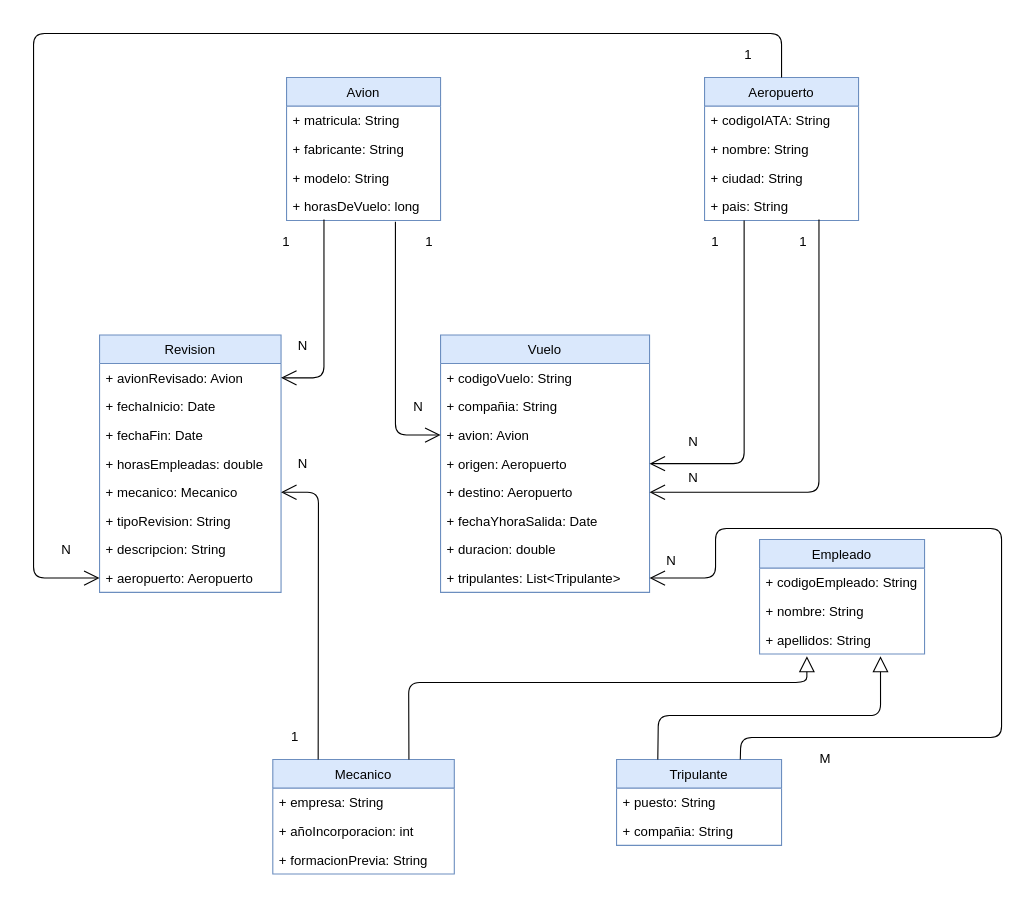
This is doc/img/diagram.drawio from david-rojo/cloudApps-relational-persistence, a draw.io file, before an edit. Source tidied: cells renumbered, new cells numbered last; positions are measured from the earlier drawing's top-left corner, leaving out a move shared by most shapes. Both pictures are drawn from the tidied source at 110%, with x=0, y=0 at pixel (33, 33).
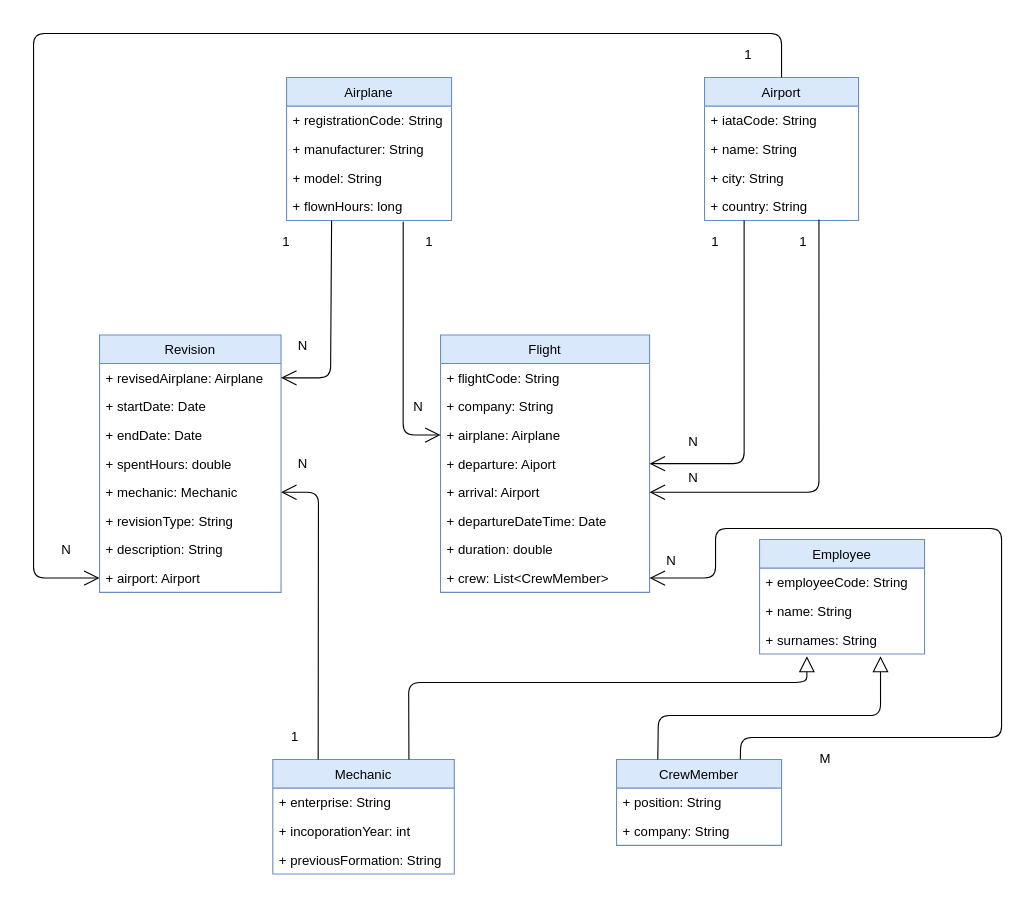
The same page after the edit.

Commit message (it also covers changes not shown here):
diagram translated to english

Unchanged cells that the change refers to:
```xml
<mxCell id="28" value="Revision" style="swimlane;fontStyle=0;horizontal=1;startSize=26;fillColor=#dae8fc;strokeColor=#6c8ebf;" parent="1" vertex="1">
  <mxGeometry x="60" y="274" width="165" height="234" as="geometry" />
</mxCell>
```

Change to the diagram source:
```diff
@@
-    <mxCell id="2" value="Avion" style="swimlane;fontStyle=0;horizontal=1;startSize=26;fillColor=#dae8fc;strokeColor=#6c8ebf;" parent="1" vertex="1">
-      <mxGeometry x="230" y="40" width="140" height="130" as="geometry" />
+    <mxCell id="2" value="Airplane" style="swimlane;fontStyle=0;horizontal=1;startSize=26;fillColor=#dae8fc;strokeColor=#6c8ebf;" parent="1" vertex="1">
+      <mxGeometry x="230" y="40" width="150" height="130" as="geometry" />
     </mxCell>
-    <mxCell id="3" value="+ matricula: String" style="text;strokeColor=none;fillColor=none;align=left;verticalAlign=top;spacingLeft=4;spacingRight=4;overflow=hidden;" parent="2" vertex="1">
-      <mxGeometry y="26" width="140" height="26" as="geometry" />
+    <mxCell id="3" value="+ registrationCode: String" style="text;strokeColor=none;fillColor=none;align=left;verticalAlign=top;spacingLeft=4;spacingRight=4;overflow=hidden;" parent="2" vertex="1">
+      <mxGeometry y="26" width="150" height="26" as="geometry" />
     </mxCell>
-    <mxCell id="4" value="+ fabricante: String" style="text;strokeColor=none;fillColor=none;align=left;verticalAlign=top;spacingLeft=4;spacingRight=4;overflow=hidden;" parent="2" vertex="1">
-      <mxGeometry y="52" width="140" height="26" as="geometry" />
+    <mxCell id="4" value="+ manufacturer: String" style="text;strokeColor=none;fillColor=none;align=left;verticalAlign=top;spacingLeft=4;spacingRight=4;overflow=hidden;" parent="2" vertex="1">
+      <mxGeometry y="52" width="150" height="26" as="geometry" />
     </mxCell>
-    <mxCell id="5" value="+ modelo: String" style="text;strokeColor=none;fillColor=none;align=left;verticalAlign=top;spacingLeft=4;spacingRight=4;overflow=hidden;" parent="2" vertex="1">
-      <mxGeometry y="78" width="140" height="26" as="geometry" />
+    <mxCell id="5" value="+ model: String" style="text;strokeColor=none;fillColor=none;align=left;verticalAlign=top;spacingLeft=4;spacingRight=4;overflow=hidden;" parent="2" vertex="1">
+      <mxGeometry y="78" width="150" height="26" as="geometry" />
     </mxCell>
-    <mxCell id="6" value="+ horasDeVuelo: long" style="text;strokeColor=none;fillColor=none;align=left;verticalAlign=top;spacingLeft=4;spacingRight=4;overflow=hidden;points=[[0,0.5],[1,0.5]];portConstraint=eastwest;" parent="2" vertex="1">
-      <mxGeometry y="104" width="140" height="26" as="geometry" />
+    <mxCell id="6" value="+ flownHours: long" style="text;strokeColor=none;fillColor=none;align=left;verticalAlign=top;spacingLeft=4;spacingRight=4;overflow=hidden;points=[[0,0.5],[1,0.5]];portConstraint=eastwest;" parent="2" vertex="1">
+      <mxGeometry y="104" width="150" height="26" as="geometry" />
     </mxCell>
-    <mxCell id="7" value="Aeropuerto" style="swimlane;fontStyle=0;horizontal=1;startSize=26;fillColor=#dae8fc;strokeColor=#6c8ebf;" parent="1" vertex="1">
+    <mxCell id="7" value="Airport" style="swimlane;fontStyle=0;horizontal=1;startSize=26;fillColor=#dae8fc;strokeColor=#6c8ebf;" parent="1" vertex="1">
       <mxGeometry x="610" y="40" width="140" height="130" as="geometry" />
     </mxCell>
-    <mxCell id="8" value="+ codigoIATA: String" style="text;strokeColor=none;fillColor=none;align=left;verticalAlign=top;spacingLeft=4;spacingRight=4;overflow=hidden;" parent="7" vertex="1">
+    <mxCell id="8" value="+ iataCode: String" style="text;strokeColor=none;fillColor=none;align=left;verticalAlign=top;spacingLeft=4;spacingRight=4;overflow=hidden;" parent="7" vertex="1">
       <mxGeometry y="26" width="140" height="26" as="geometry" />
     </mxCell>
-    <mxCell id="9" value="+ nombre: String" style="text;strokeColor=none;fillColor=none;align=left;verticalAlign=top;spacingLeft=4;spacingRight=4;overflow=hidden;" parent="7" vertex="1">
+    <mxCell id="9" value="+ name: String" style="text;strokeColor=none;fillColor=none;align=left;verticalAlign=top;spacingLeft=4;spacingRight=4;overflow=hidden;" parent="7" vertex="1">
       <mxGeometry y="52" width="140" height="26" as="geometry" />
     </mxCell>
-    <mxCell id="10" value="+ ciudad: String" style="text;strokeColor=none;fillColor=none;align=left;verticalAlign=top;spacingLeft=4;spacingRight=4;overflow=hidden;" parent="7" vertex="1">
+    <mxCell id="10" value="+ city: String" style="text;strokeColor=none;fillColor=none;align=left;verticalAlign=top;spacingLeft=4;spacingRight=4;overflow=hidden;" parent="7" vertex="1">
       <mxGeometry y="78" width="140" height="26" as="geometry" />
     </mxCell>
-    <mxCell id="11" value="+ pais: String" style="text;strokeColor=none;fillColor=none;align=left;verticalAlign=top;spacingLeft=4;spacingRight=4;overflow=hidden;points=[[0,0.5],[1,0.5]];portConstraint=eastwest;" parent="7" vertex="1">
+    <mxCell id="11" value="+ country: String" style="text;strokeColor=none;fillColor=none;align=left;verticalAlign=top;spacingLeft=4;spacingRight=4;overflow=hidden;points=[[0,0.5],[1,0.5]];portConstraint=eastwest;" parent="7" vertex="1">
       <mxGeometry y="104" width="140" height="26" as="geometry" />
     </mxCell>
-    <mxCell id="12" value="Tripulante" style="swimlane;fontStyle=0;horizontal=1;startSize=26;fillColor=#dae8fc;strokeColor=#6c8ebf;" parent="1" vertex="1">
+    <mxCell id="12" value="CrewMember" style="swimlane;fontStyle=0;horizontal=1;startSize=26;fillColor=#dae8fc;strokeColor=#6c8ebf;" parent="1" vertex="1">
       <mxGeometry x="530" y="660" width="150" height="78" as="geometry" />
     </mxCell>
-    <mxCell id="13" value="+ puesto: String" style="text;strokeColor=none;fillColor=none;align=left;verticalAlign=top;spacingLeft=4;spacingRight=4;overflow=hidden;" parent="12" vertex="1">
+    <mxCell id="13" value="+ position: String" style="text;strokeColor=none;fillColor=none;align=left;verticalAlign=top;spacingLeft=4;spacingRight=4;overflow=hidden;" parent="12" vertex="1">
       <mxGeometry y="26" width="150" height="26" as="geometry" />
     </mxCell>
-    <mxCell id="14" value="+ compañia: String" style="text;strokeColor=none;fillColor=none;align=left;verticalAlign=top;spacingLeft=4;spacingRight=4;overflow=hidden;" parent="12" vertex="1">
+    <mxCell id="14" value="+ company: String" style="text;strokeColor=none;fillColor=none;align=left;verticalAlign=top;spacingLeft=4;spacingRight=4;overflow=hidden;" parent="12" vertex="1">
       <mxGeometry y="52" width="150" height="26" as="geometry" />
     </mxCell>
-    <mxCell id="15" value="Vuelo" style="swimlane;fontStyle=0;horizontal=1;startSize=26;fillColor=#dae8fc;strokeColor=#6c8ebf;" parent="1" vertex="1">
+    <mxCell id="15" value="Flight" style="swimlane;fontStyle=0;horizontal=1;startSize=26;fillColor=#dae8fc;strokeColor=#6c8ebf;" parent="1" vertex="1">
       <mxGeometry x="370" y="274" width="190" height="234" as="geometry" />
     </mxCell>
-    <mxCell id="16" value="+ codigoVuelo: String" style="text;strokeColor=none;fillColor=none;align=left;verticalAlign=top;spacingLeft=4;spacingRight=4;overflow=hidden;" parent="15" vertex="1">
+    <mxCell id="16" value="+ flightCode: String" style="text;strokeColor=none;fillColor=none;align=left;verticalAlign=top;spacingLeft=4;spacingRight=4;overflow=hidden;" parent="15" vertex="1">
       <mxGeometry y="26" width="190" height="26" as="geometry" />
     </mxCell>
-    <mxCell id="17" value="+ compañia: String" style="text;strokeColor=none;fillColor=none;align=left;verticalAlign=top;spacingLeft=4;spacingRight=4;overflow=hidden;" parent="15" vertex="1">
+    <mxCell id="17" value="+ company: String" style="text;strokeColor=none;fillColor=none;align=left;verticalAlign=top;spacingLeft=4;spacingRight=4;overflow=hidden;" parent="15" vertex="1">
       <mxGeometry y="52" width="190" height="26" as="geometry" />
     </mxCell>
-    <mxCell id="18" value="+ avion: Avion" style="text;strokeColor=none;fillColor=none;align=left;verticalAlign=top;spacingLeft=4;spacingRight=4;overflow=hidden;points=[[0,0.5],[1,0.5]];portConstraint=eastwest;" parent="15" vertex="1">
+    <mxCell id="18" value="+ airplane: Airplane" style="text;strokeColor=none;fillColor=none;align=left;verticalAlign=top;spacingLeft=4;spacingRight=4;overflow=hidden;points=[[0,0.5],[1,0.5]];portConstraint=eastwest;" parent="15" vertex="1">
       <mxGeometry y="78" width="190" height="26" as="geometry" />
     </mxCell>
-    <mxCell id="19" value="+ origen: Aeropuerto" style="text;strokeColor=none;fillColor=none;align=left;verticalAlign=top;spacingLeft=4;spacingRight=4;overflow=hidden;points=[[0,0.5],[1,0.5]];portConstraint=eastwest;" parent="15" vertex="1">
+    <mxCell id="19" value="+ departure: Aiport" style="text;strokeColor=none;fillColor=none;align=left;verticalAlign=top;spacingLeft=4;spacingRight=4;overflow=hidden;points=[[0,0.5],[1,0.5]];portConstraint=eastwest;" parent="15" vertex="1">
       <mxGeometry y="104" width="190" height="26" as="geometry" />
     </mxCell>
-    <mxCell id="20" value="+ destino: Aeropuerto" style="text;strokeColor=none;fillColor=none;align=left;verticalAlign=top;spacingLeft=4;spacingRight=4;overflow=hidden;points=[[0,0.5],[1,0.5]];portConstraint=eastwest;" parent="15" vertex="1">
+    <mxCell id="20" value="+ arrival: Airport" style="text;strokeColor=none;fillColor=none;align=left;verticalAlign=top;spacingLeft=4;spacingRight=4;overflow=hidden;points=[[0,0.5],[1,0.5]];portConstraint=eastwest;" parent="15" vertex="1">
       <mxGeometry y="130" width="190" height="26" as="geometry" />
     </mxCell>
-    <mxCell id="21" value="+ fechaYhoraSalida: Date" style="text;strokeColor=none;fillColor=none;align=left;verticalAlign=top;spacingLeft=4;spacingRight=4;overflow=hidden;" parent="15" vertex="1">
+    <mxCell id="21" value="+ departureDateTime: Date" style="text;strokeColor=none;fillColor=none;align=left;verticalAlign=top;spacingLeft=4;spacingRight=4;overflow=hidden;" parent="15" vertex="1">
       <mxGeometry y="156" width="190" height="26" as="geometry" />
     </mxCell>
-    <mxCell id="22" value="+ duracion: double" style="text;strokeColor=none;fillColor=none;align=left;verticalAlign=top;spacingLeft=4;spacingRight=4;overflow=hidden;" parent="15" vertex="1">
+    <mxCell id="22" value="+ duration: double" style="text;strokeColor=none;fillColor=none;align=left;verticalAlign=top;spacingLeft=4;spacingRight=4;overflow=hidden;" parent="15" vertex="1">
       <mxGeometry y="182" width="190" height="26" as="geometry" />
     </mxCell>
-    <mxCell id="23" value="+ tripulantes: List&lt;Tripulante&gt;" style="text;strokeColor=none;fillColor=none;align=left;verticalAlign=top;spacingLeft=4;spacingRight=4;overflow=hidden;points=[[0,0.5],[1,0.5]];portConstraint=eastwest;" parent="15" vertex="1">
+    <mxCell id="23" value="+ crew: List&lt;CrewMember&gt;" style="text;strokeColor=none;fillColor=none;align=left;verticalAlign=top;spacingLeft=4;spacingRight=4;overflow=hidden;points=[[0,0.5],[1,0.5]];portConstraint=eastwest;" parent="15" vertex="1">
       <mxGeometry y="208" width="190" height="26" as="geometry" />
     </mxCell>
-    <mxCell id="24" value="Mecanico" style="swimlane;fontStyle=0;horizontal=1;startSize=26;fillColor=#dae8fc;strokeColor=#6c8ebf;" parent="1" vertex="1">
+    <mxCell id="24" value="Mechanic" style="swimlane;fontStyle=0;horizontal=1;startSize=26;fillColor=#dae8fc;strokeColor=#6c8ebf;" parent="1" vertex="1">
       <mxGeometry x="217.5" y="660" width="165" height="104" as="geometry" />
     </mxCell>
-    <mxCell id="25" value="+ empresa: String" style="text;strokeColor=none;fillColor=none;align=left;verticalAlign=top;spacingLeft=4;spacingRight=4;overflow=hidden;" parent="24" vertex="1">
+    <mxCell id="25" value="+ enterprise: String" style="text;strokeColor=none;fillColor=none;align=left;verticalAlign=top;spacingLeft=4;spacingRight=4;overflow=hidden;" parent="24" vertex="1">
       <mxGeometry y="26" width="165" height="26" as="geometry" />
     </mxCell>
-    <mxCell id="26" value="+ añoIncorporacion: int" style="text;strokeColor=none;fillColor=none;align=left;verticalAlign=top;spacingLeft=4;spacingRight=4;overflow=hidden;" parent="24" vertex="1">
+    <mxCell id="26" value="+ incoporationYear: int" style="text;strokeColor=none;fillColor=none;align=left;verticalAlign=top;spacingLeft=4;spacingRight=4;overflow=hidden;" parent="24" vertex="1">
       <mxGeometry y="52" width="165" height="26" as="geometry" />
     </mxCell>
-    <mxCell id="27" value="+ formacionPrevia: String" style="text;strokeColor=none;fillColor=none;align=left;verticalAlign=top;spacingLeft=4;spacingRight=4;overflow=hidden;" parent="24" vertex="1">
+    <mxCell id="27" value="+ previousFormation: String" style="text;strokeColor=none;fillColor=none;align=left;verticalAlign=top;spacingLeft=4;spacingRight=4;overflow=hidden;" parent="24" vertex="1">
       <mxGeometry y="78" width="165" height="26" as="geometry" />
     </mxCell>
@@
-    <mxCell id="29" value="+ avionRevisado: Avion" style="text;strokeColor=none;fillColor=none;align=left;verticalAlign=top;spacingLeft=4;spacingRight=4;overflow=hidden;points=[[0,0.5],[1,0.5]];portConstraint=eastwest;" parent="28" vertex="1">
+    <mxCell id="29" value="+ revisedAirplane: Airplane" style="text;strokeColor=none;fillColor=none;align=left;verticalAlign=top;spacingLeft=4;spacingRight=4;overflow=hidden;points=[[0,0.5],[1,0.5]];portConstraint=eastwest;" parent="28" vertex="1">
       <mxGeometry y="26" width="165" height="26" as="geometry" />
     </mxCell>
-    <mxCell id="30" value="+ fechaInicio: Date" style="text;strokeColor=none;fillColor=none;align=left;verticalAlign=top;spacingLeft=4;spacingRight=4;overflow=hidden;" parent="28" vertex="1">
+    <mxCell id="30" value="+ startDate: Date" style="text;strokeColor=none;fillColor=none;align=left;verticalAlign=top;spacingLeft=4;spacingRight=4;overflow=hidden;" parent="28" vertex="1">
       <mxGeometry y="52" width="165" height="26" as="geometry" />
     </mxCell>
-    <mxCell id="31" value="+ fechaFin: Date" style="text;strokeColor=none;fillColor=none;align=left;verticalAlign=top;spacingLeft=4;spacingRight=4;overflow=hidden;" parent="28" vertex="1">
+    <mxCell id="31" value="+ endDate: Date" style="text;strokeColor=none;fillColor=none;align=left;verticalAlign=top;spacingLeft=4;spacingRight=4;overflow=hidden;" parent="28" vertex="1">
       <mxGeometry y="78" width="165" height="26" as="geometry" />
     </mxCell>
-    <mxCell id="32" value="+ horasEmpleadas: double" style="text;strokeColor=none;fillColor=none;align=left;verticalAlign=top;spacingLeft=4;spacingRight=4;overflow=hidden;" parent="28" vertex="1">
+    <mxCell id="32" value="+ spentHours: double" style="text;strokeColor=none;fillColor=none;align=left;verticalAlign=top;spacingLeft=4;spacingRight=4;overflow=hidden;" parent="28" vertex="1">
       <mxGeometry y="104" width="165" height="26" as="geometry" />
     </mxCell>
-    <mxCell id="33" value="+ mecanico: Mecanico" style="text;strokeColor=none;fillColor=none;align=left;verticalAlign=top;spacingLeft=4;spacingRight=4;overflow=hidden;points=[[0,0.5],[1,0.5]];portConstraint=eastwest;" parent="28" vertex="1">
+    <mxCell id="33" value="+ mechanic: Mechanic" style="text;strokeColor=none;fillColor=none;align=left;verticalAlign=top;spacingLeft=4;spacingRight=4;overflow=hidden;points=[[0,0.5],[1,0.5]];portConstraint=eastwest;" parent="28" vertex="1">
       <mxGeometry y="130" width="165" height="26" as="geometry" />
     </mxCell>
-    <mxCell id="34" value="+ tipoRevision: String" style="text;strokeColor=none;fillColor=none;align=left;verticalAlign=top;spacingLeft=4;spacingRight=4;overflow=hidden;" parent="28" vertex="1">
+    <mxCell id="34" value="+ revisionType: String" style="text;strokeColor=none;fillColor=none;align=left;verticalAlign=top;spacingLeft=4;spacingRight=4;overflow=hidden;" parent="28" vertex="1">
       <mxGeometry y="156" width="165" height="26" as="geometry" />
     </mxCell>
-    <mxCell id="35" value="+ descripcion: String" style="text;strokeColor=none;fillColor=none;align=left;verticalAlign=top;spacingLeft=4;spacingRight=4;overflow=hidden;" parent="28" vertex="1">
+    <mxCell id="35" value="+ description: String" style="text;strokeColor=none;fillColor=none;align=left;verticalAlign=top;spacingLeft=4;spacingRight=4;overflow=hidden;" parent="28" vertex="1">
       <mxGeometry y="182" width="165" height="26" as="geometry" />
     </mxCell>
-    <mxCell id="36" value="+ aeropuerto: Aeropuerto" style="text;strokeColor=none;fillColor=none;align=left;verticalAlign=top;spacingLeft=4;spacingRight=4;overflow=hidden;points=[[0,0.5],[1,0.5]];portConstraint=eastwest;" parent="28" vertex="1">
+    <mxCell id="36" value="+ airport: Airport" style="text;strokeColor=none;fillColor=none;align=left;verticalAlign=top;spacingLeft=4;spacingRight=4;overflow=hidden;points=[[0,0.5],[1,0.5]];portConstraint=eastwest;" parent="28" vertex="1">
       <mxGeometry y="208" width="165" height="26" as="geometry" />
     </mxCell>
-    <mxCell id="37" value="Empleado" style="swimlane;fontStyle=0;horizontal=1;startSize=26;fillColor=#dae8fc;strokeColor=#6c8ebf;" parent="1" vertex="1">
+    <mxCell id="37" value="Employee" style="swimlane;fontStyle=0;horizontal=1;startSize=26;fillColor=#dae8fc;strokeColor=#6c8ebf;" parent="1" vertex="1">
       <mxGeometry x="660" y="460" width="150" height="104" as="geometry" />
     </mxCell>
-    <mxCell id="38" value="+ codigoEmpleado: String" style="text;strokeColor=none;fillColor=none;align=left;verticalAlign=top;spacingLeft=4;spacingRight=4;overflow=hidden;" parent="37" vertex="1">
+    <mxCell id="38" value="+ employeeCode: String" style="text;strokeColor=none;fillColor=none;align=left;verticalAlign=top;spacingLeft=4;spacingRight=4;overflow=hidden;" parent="37" vertex="1">
       <mxGeometry y="26" width="150" height="26" as="geometry" />
     </mxCell>
-    <mxCell id="39" value="+ nombre: String" style="text;strokeColor=none;fillColor=none;align=left;verticalAlign=top;spacingLeft=4;spacingRight=4;overflow=hidden;" parent="37" vertex="1">
+    <mxCell id="39" value="+ name: String" style="text;strokeColor=none;fillColor=none;align=left;verticalAlign=top;spacingLeft=4;spacingRight=4;overflow=hidden;" parent="37" vertex="1">
       <mxGeometry y="52" width="150" height="26" as="geometry" />
     </mxCell>
-    <mxCell id="40" value="+ apellidos: String" style="text;strokeColor=none;fillColor=none;align=left;verticalAlign=top;spacingLeft=4;spacingRight=4;overflow=hidden;points=[[0,0.5],[1,0.5]];portConstraint=eastwest;" parent="37" vertex="1">
+    <mxCell id="40" value="+ surnames: String" style="text;strokeColor=none;fillColor=none;align=left;verticalAlign=top;spacingLeft=4;spacingRight=4;overflow=hidden;points=[[0,0.5],[1,0.5]];portConstraint=eastwest;" parent="37" vertex="1">
       <mxGeometry y="78" width="150" height="26" as="geometry" />
     </mxCell>
@@
-    <mxCell id="46" style="endArrow=open;endFill=1;endSize=12;html=1;entryX=1;entryY=0.5;entryDx=0;entryDy=0;exitX=0.243;exitY=0.962;exitDx=0;exitDy=0;exitPerimeter=0;" parent="1" edge="1" source="6" target="29">
+    <mxCell id="46" style="endArrow=open;endFill=1;endSize=12;html=1;entryX=1;entryY=0.5;entryDx=0;entryDy=0;exitX=0.273;exitY=1;exitDx=0;exitDy=0;exitPerimeter=0;" parent="1" edge="1" source="6" target="29">
       <mxGeometry relative="1" as="geometry">
         <Array as="points">
-          <mxPoint x="264" y="313" />
+          <mxPoint x="270" y="313" />
         </Array>
       </mxGeometry>
     </mxCell>
     <mxCell id="47" style="endArrow=open;endFill=1;endSize=12;html=1;entryX=0;entryY=0.5;entryDx=0;entryDy=0;exitX=0.707;exitY=1.038;exitDx=0;exitDy=0;exitPerimeter=0;" parent="1" edge="1" source="6" target="18">
       <mxGeometry relative="1" as="geometry">
         <Array as="points">
-          <mxPoint x="329" y="365" />
+          <mxPoint x="336" y="365" />
         </Array>
       </mxGeometry>
     </mxCell>
```
